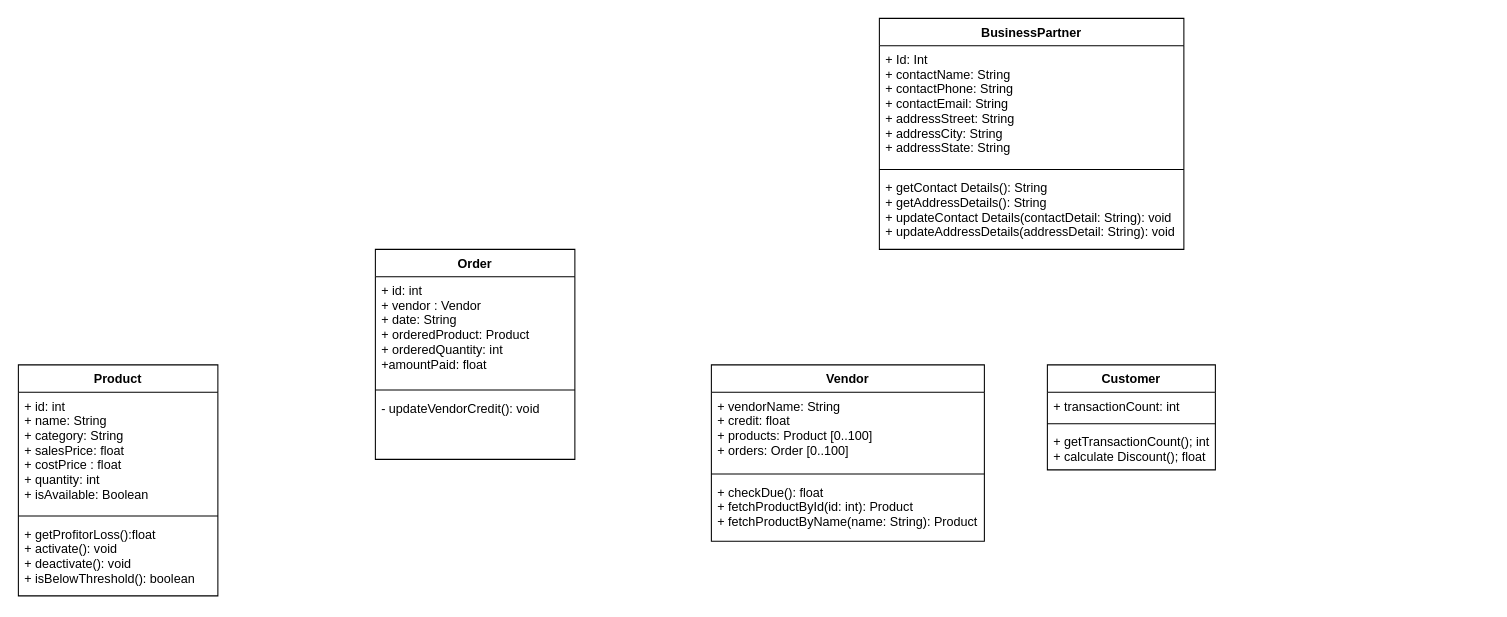
Earlier version of the draw.io diagram Untitled Diagram.drawio (Gopikrishnankt/Demo). Source tidied: cells renumbered, new cells numbered last; positions are measured from the earlier drawing's top-left corner, leaving out a move shared by most shapes. Both pictures are drawn from the tidied source at 105%, with x=0, y=0 at pixel (18, 18).
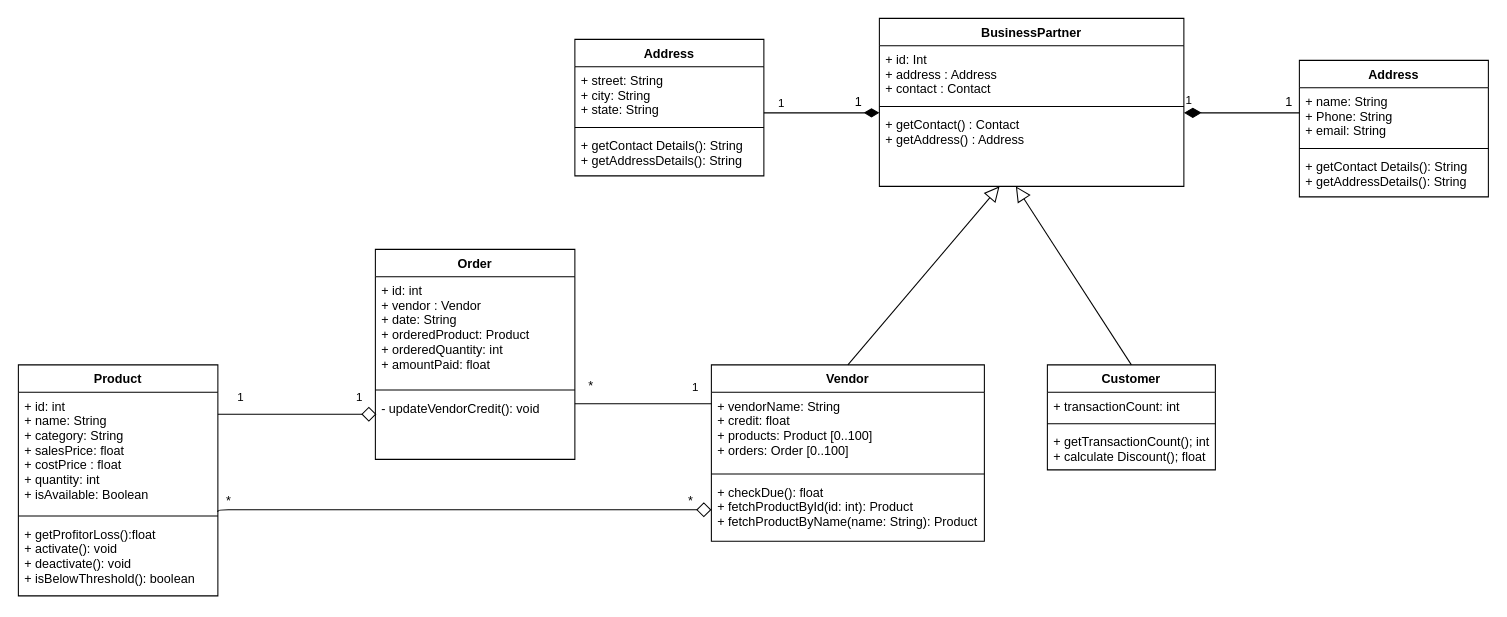
After the change.

The change refers to these unchanged cells:
```xml
<mxCell id="6" value="Order" style="swimlane;fontStyle=1;align=center;verticalAlign=top;horizontal=1;startSize=26;" parent="1" vertex="1">
  <mxGeometry x="340" y="220" width="190" height="200" as="geometry" />
</mxCell>
<mxCell id="14" value="Vendor" style="swimlane;fontStyle=1;align=center;verticalAlign=top;horizontal=1;startSize=26;" parent="1" vertex="1">
  <mxGeometry x="660" y="330" width="260" height="168" as="geometry" />
</mxCell>
<mxCell id="17" value="+ checkDue(): float&#10;+ fetchProductById(id: int): Product&#10;+ fetchProductByName(name: String): Product" style="text;strokeColor=none;fillColor=none;align=left;verticalAlign=top;spacingLeft=4;spacingRight=4;overflow=hidden;points=[[0,0.5],[1,0.5]];portConstraint=eastwest;" parent="14" vertex="1">
  <mxGeometry y="108" width="260" height="60" as="geometry" />
</mxCell>
<mxCell id="18" value="Customer" style="swimlane;fontStyle=1;align=center;verticalAlign=top;horizontal=1;startSize=26;" parent="1" vertex="1">
  <mxGeometry x="980" y="330" width="160" height="100" as="geometry" />
</mxCell>
```

Diff of the diagram source:
```diff
@@
-    <mxCell id="7" value="+ id: int&#10;+ vendor : Vendor&#10;+ date: String&#10;+ orderedProduct: Product&#10;+ orderedQuantity: int&#10;+amountPaid: float" style="text;strokeColor=none;fillColor=none;align=left;verticalAlign=top;spacingLeft=4;spacingRight=4;overflow=hidden;" parent="6" vertex="1">
+    <mxCell id="7" value="+ id: int&#10;+ vendor : Vendor&#10;+ date: String&#10;+ orderedProduct: Product&#10;+ orderedQuantity: int&#10;+ amountPaid: float" style="text;strokeColor=none;fillColor=none;align=left;verticalAlign=top;spacingLeft=4;spacingRight=4;overflow=hidden;" parent="6" vertex="1">
       <mxGeometry y="26" width="190" height="104" as="geometry" />
     </mxCell>
@@
     <mxCell id="10" value="BusinessPartner" style="swimlane;fontStyle=1;align=center;verticalAlign=top;horizontal=1;startSize=26;" parent="1" vertex="1">
-      <mxGeometry x="820" width="290" height="220" as="geometry" />
+      <mxGeometry x="820" width="290" height="160" as="geometry" />
     </mxCell>
-    <mxCell id="11" value="+ Id: Int&#10;+ contactName: String&#10;+ contactPhone: String&#10;+ contactEmail: String&#10;+ addressStreet: String&#10;+ addressCity: String&#10;+ addressState: String&#10;&#10;" style="text;strokeColor=none;fillColor=none;align=left;verticalAlign=top;spacingLeft=4;spacingRight=4;overflow=hidden;" parent="10" vertex="1">
-      <mxGeometry y="26" width="290" height="114" as="geometry" />
+    <mxCell id="11" value="+ id: Int&#10;+ address : Address&#10;+ contact : Contact" style="text;strokeColor=none;fillColor=none;align=left;verticalAlign=top;spacingLeft=4;spacingRight=4;overflow=hidden;" parent="10" vertex="1">
+      <mxGeometry y="26" width="290" height="54" as="geometry" />
     </mxCell>
     <mxCell id="12" style="line;strokeWidth=1;fillColor=none;align=left;verticalAlign=middle;spacingTop=-1;spacingLeft=3;spacingRight=3;labelPosition=right;" parent="10" vertex="1">
-      <mxGeometry y="140" width="290" height="8" as="geometry" />
+      <mxGeometry y="80" width="290" height="8" as="geometry" />
     </mxCell>
-    <mxCell id="13" value="+ getContact Details(): String&#10;+ getAddressDetails(): String&#10;+ updateContact Details(contactDetail: String): void&#10;+ updateAddressDetails(addressDetail: String): void&#10;" style="text;strokeColor=none;fillColor=none;align=left;verticalAlign=top;spacingLeft=4;spacingRight=4;overflow=hidden;points=[[0,0.5],[1,0.5]];portConstraint=eastwest;" parent="10" vertex="1">
-      <mxGeometry y="148" width="290" height="72" as="geometry" />
+    <mxCell id="13" value="+ getContact() : Contact&#10;+ getAddress() : Address" style="text;strokeColor=none;fillColor=none;align=left;verticalAlign=top;spacingLeft=4;spacingRight=4;overflow=hidden;points=[[0,0.5],[1,0.5]];portConstraint=eastwest;" parent="10" vertex="1">
+      <mxGeometry y="88" width="290" height="72" as="geometry" />
     </mxCell>
@@
+    <mxCell id="22" value="Address" style="swimlane;fontStyle=1;align=center;verticalAlign=top;horizontal=1;startSize=26;" parent="1" vertex="1">
+      <mxGeometry x="530" y="20" width="180" height="130" as="geometry" />
+    </mxCell>
+    <mxCell id="23" value="+ street: String&#10;+ city: String&#10;+ state: String&#10;&#10;" style="text;strokeColor=none;fillColor=none;align=left;verticalAlign=top;spacingLeft=4;spacingRight=4;overflow=hidden;points=[[0,0.5],[1,0.5]];portConstraint=eastwest;" parent="22" vertex="1">
+      <mxGeometry y="26" width="180" height="54" as="geometry" />
+    </mxCell>
+    <mxCell id="24" style="line;strokeWidth=1;fillColor=none;align=left;verticalAlign=middle;spacingTop=-1;spacingLeft=3;spacingRight=3;labelPosition=right;" parent="22" vertex="1">
+      <mxGeometry y="80" width="180" height="8" as="geometry" />
+    </mxCell>
+    <mxCell id="25" value="+ getContact Details(): String&#10;+ getAddressDetails(): String" style="text;strokeColor=none;fillColor=none;align=left;verticalAlign=top;spacingLeft=4;spacingRight=4;overflow=hidden;" parent="22" vertex="1">
+      <mxGeometry y="88" width="180" height="42" as="geometry" />
+    </mxCell>
+    <mxCell id="26" value="Address" style="swimlane;fontStyle=1;align=center;verticalAlign=top;horizontal=1;startSize=26;" parent="1" vertex="1">
+      <mxGeometry x="1220" y="40" width="180" height="130" as="geometry" />
+    </mxCell>
+    <mxCell id="27" value="+ name: String&#10;+ Phone: String&#10;+ email: String" style="text;strokeColor=none;fillColor=none;align=left;verticalAlign=top;spacingLeft=4;spacingRight=4;overflow=hidden;" parent="26" vertex="1">
+      <mxGeometry y="26" width="180" height="54" as="geometry" />
+    </mxCell>
+    <mxCell id="28" style="line;strokeWidth=1;fillColor=none;align=left;verticalAlign=middle;spacingTop=-1;spacingLeft=3;spacingRight=3;labelPosition=right;" parent="26" vertex="1">
+      <mxGeometry y="80" width="180" height="8" as="geometry" />
+    </mxCell>
+    <mxCell id="29" value="+ getContact Details(): String&#10;+ getAddressDetails(): String" style="text;strokeColor=none;fillColor=none;align=left;verticalAlign=top;spacingLeft=4;spacingRight=4;overflow=hidden;" parent="26" vertex="1">
+      <mxGeometry y="88" width="180" height="42" as="geometry" />
+    </mxCell>
+    <mxCell id="30" value="1" style="endArrow=none;html=1;endSize=12;startArrow=diamondThin;startSize=14;startFill=1;edgeStyle=orthogonalEdgeStyle;align=left;verticalAlign=bottom;endFill=0;" parent="1" edge="1">
+      <mxGeometry x="-1" y="3" relative="1" as="geometry">
+        <mxPoint x="1110" y="90" as="sourcePoint" />
+        <mxPoint x="1220" y="90" as="targetPoint" />
+      </mxGeometry>
+    </mxCell>
+    <mxCell id="31" value="1" style="endArrow=diamondThin;html=1;endSize=12;startArrow=none;startSize=14;startFill=0;edgeStyle=orthogonalEdgeStyle;align=left;verticalAlign=bottom;endFill=1;" parent="1" edge="1" source="23">
+      <mxGeometry x="-0.78" relative="1" as="geometry">
+        <mxPoint x="820" y="90" as="targetPoint" />
+        <Array as="points">
+          <mxPoint x="730" y="90" />
+          <mxPoint x="730" y="90" />
+        </Array>
+      </mxGeometry>
+    </mxCell>
+    <mxCell id="32" value="1" style="text;html=1;align=center;verticalAlign=middle;strokeColor=none;fillColor=none;" parent="1" vertex="1">
+      <mxGeometry x="1200" y="70" width="20" height="20" as="geometry" />
+    </mxCell>
+    <mxCell id="33" style="endArrow=block;endFill=0;endSize=12;html=1;exitX=0.5;exitY=0;exitDx=0;exitDy=0;exitPerimeter=0;" parent="1" edge="1" source="14" target="13">
+      <mxGeometry relative="1" as="geometry" />
+    </mxCell>
+    <mxCell id="34" style="endArrow=block;endFill=0;endSize=12;html=1;exitX=0.5;exitY=0;exitDx=0;exitDy=0;" parent="1" edge="1" source="18">
+      <mxGeometry relative="1" as="geometry">
+        <mxPoint x="950" y="160" as="targetPoint" />
+      </mxGeometry>
+    </mxCell>
+    <mxCell id="35" value="1" style="endArrow=diamond;html=1;endSize=12;startArrow=none;startSize=14;startFill=0;edgeStyle=orthogonalEdgeStyle;align=left;verticalAlign=bottom;endFill=0;" parent="1" edge="1">
+      <mxGeometry x="-0.78" y="7" relative="1" as="geometry">
+        <mxPoint x="190" y="377" as="sourcePoint" />
+        <mxPoint x="341" y="377" as="targetPoint" />
+        <Array as="points">
+          <mxPoint x="190" y="377" />
+        </Array>
+      </mxGeometry>
+    </mxCell>
+    <mxCell id="36" value="1" style="endArrow=diamond;html=1;endSize=12;startArrow=none;startSize=14;startFill=0;edgeStyle=orthogonalEdgeStyle;align=left;verticalAlign=bottom;endFill=0;" parent="1" edge="1" target="17">
+      <mxGeometry x="-0.44" y="98" relative="1" as="geometry">
+        <mxPoint x="190" y="470" as="sourcePoint" />
+        <Array as="points">
+          <mxPoint x="190" y="468" />
+        </Array>
+      </mxGeometry>
+    </mxCell>
+    <mxCell id="37" value="1" style="endArrow=none;html=1;endSize=12;startArrow=none;startSize=14;startFill=0;edgeStyle=orthogonalEdgeStyle;align=left;verticalAlign=bottom;entryX=0.005;entryY=0.306;entryDx=0;entryDy=0;entryPerimeter=0;endFill=0;" parent="1" edge="1">
+      <mxGeometry x="0.69" y="7" relative="1" as="geometry">
+        <mxPoint x="530" y="367" as="sourcePoint" />
+        <mxPoint x="660" y="367" as="targetPoint" />
+        <Array as="points">
+          <mxPoint x="530" y="367" />
+        </Array>
+      </mxGeometry>
+    </mxCell>
+    <mxCell id="38" value="1" style="text;html=1;align=center;verticalAlign=middle;strokeColor=none;fillColor=none;" parent="1" vertex="1">
+      <mxGeometry x="790" y="70" width="20" height="20" as="geometry" />
+    </mxCell>
+    <mxCell id="39" value="*" style="text;html=1;align=center;verticalAlign=middle;strokeColor=none;fillColor=none;" parent="1" vertex="1">
+      <mxGeometry x="535" y="340" width="20" height="20" as="geometry" />
+    </mxCell>
+    <mxCell id="40" value="*" style="text;html=1;align=center;verticalAlign=middle;strokeColor=none;fillColor=none;" parent="1" vertex="1">
+      <mxGeometry x="190" y="450" width="20" height="20" as="geometry" />
+    </mxCell>
+    <mxCell id="41" value="*" style="text;html=1;align=center;verticalAlign=middle;strokeColor=none;fillColor=none;" parent="1" vertex="1">
+      <mxGeometry x="630" y="450" width="20" height="20" as="geometry" />
+    </mxCell>
```
